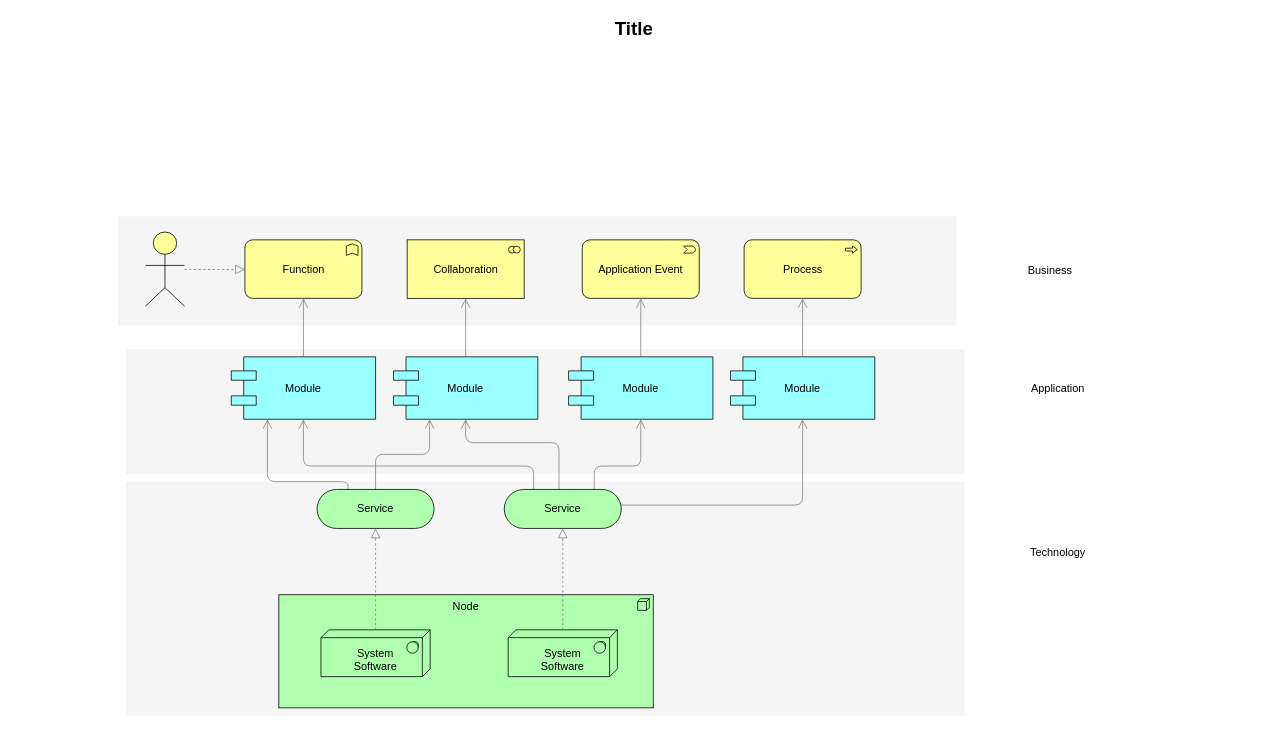
This is md/FBP Triangle Priority Diagram.drawio from dclose84/Training, a draw.io file, before an edit. Source tidied: cells renumbered, new cells numbered last; positions are measured from the earlier drawing's top-left corner, leaving out a move shared by most shapes. Both pictures are drawn from the tidied source at 78%, with x=0, y=0 at pixel (13, 13).
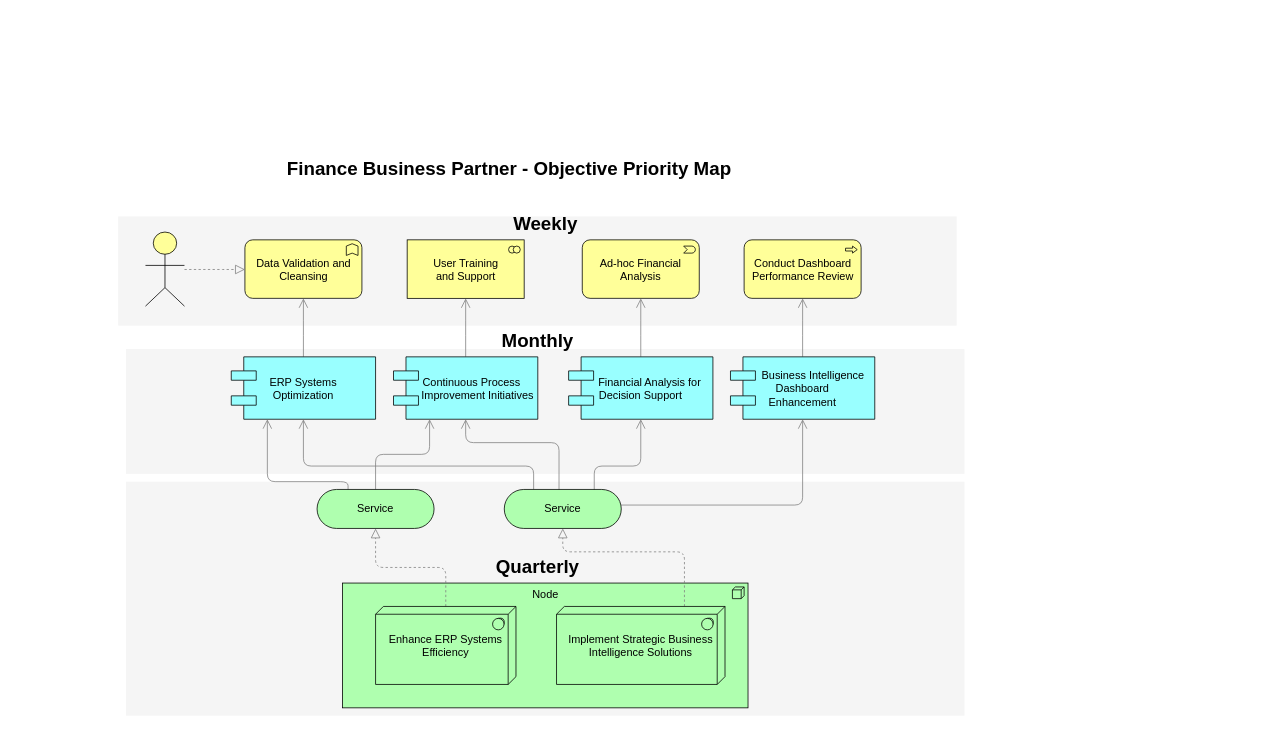
After the change.

The change refers to these unchanged cells:
```xml
<mxCell id="17" value="Service" style="html=1;whiteSpace=wrap;fillColor=#AFFFAF;shape=mxgraph.archimate3.service;fontSize=14;" parent="1" vertex="1">
  <mxGeometry x="629" y="610" width="150" height="50" as="geometry" />
</mxCell>
```

Diff of the diagram source:
```diff
@@
     <mxCell id="5" value="Node" style="html=1;whiteSpace=wrap;fillColor=#AFFFAF;shape=mxgraph.archimate3.application;appType=node;archiType=square;fontSize=14;verticalAlign=top;" parent="1" vertex="1">
-      <mxGeometry x="340" y="745" width="480" height="145" as="geometry" />
+      <mxGeometry x="421.5" y="730" width="520" height="160" as="geometry" />
     </mxCell>
@@
-    <mxCell id="7" value="&lt;div&gt;&lt;br&gt;&lt;/div&gt;System&lt;div&gt;Software&lt;/div&gt;" style="html=1;whiteSpace=wrap;fillColor=#AFFFAF;shape=mxgraph.archimate3.tech;techType=sysSw;fontSize=14;" parent="1" vertex="1">
-      <mxGeometry x="394" y="790" width="140" height="60" as="geometry" />
+    <mxCell id="7" value="&lt;div&gt;Enhance ERP Systems Efficiency&lt;/div&gt;" style="html=1;whiteSpace=wrap;fillColor=#AFFFAF;shape=mxgraph.archimate3.tech;techType=sysSw;fontSize=14;" parent="1" vertex="1">
+      <mxGeometry x="464" y="760" width="180" height="100" as="geometry" />
     </mxCell>
     <mxCell id="8" style="edgeStyle=elbowEdgeStyle;rounded=1;elbow=vertical;html=1;startSize=10;endArrow=block;endFill=0;endSize=10;jettySize=auto;strokeColor=#808080;fontSize=14;dashed=1;" parent="1" edge="1" source="9" target="17">
-      <mxGeometry relative="1" as="geometry" />
+      <mxGeometry relative="1" as="geometry">
+        <Array as="points">
+          <mxPoint x="860" y="690" />
+        </Array>
+      </mxGeometry>
     </mxCell>
-    <mxCell id="9" value="&lt;div&gt;&lt;br&gt;&lt;/div&gt;&lt;div&gt;&lt;span&gt;System&lt;/span&gt;&lt;div&gt;Software&lt;/div&gt;&lt;/div&gt;" style="html=1;whiteSpace=wrap;fillColor=#AFFFAF;shape=mxgraph.archimate3.tech;techType=sysSw;fontSize=14;" parent="1" vertex="1">
-      <mxGeometry x="634" y="790" width="140" height="60" as="geometry" />
+    <mxCell id="9" value="&lt;div&gt;Implement Strategic Business Intelligence Solutions&lt;/div&gt;" style="html=1;whiteSpace=wrap;fillColor=#AFFFAF;shape=mxgraph.archimate3.tech;techType=sysSw;fontSize=14;" parent="1" vertex="1">
+      <mxGeometry x="696" y="760" width="216" height="100" as="geometry" />
     </mxCell>
@@
-    <mxCell id="19" value="Module" style="shape=component;align=center;fillColor=#99ffff;gradientColor=none;fontSize=14;" parent="1" vertex="1">
+    <mxCell id="19" value="ERP Systems&#10;Optimization" style="shape=component;align=center;fillColor=#99ffff;gradientColor=none;fontSize=14;" parent="1" vertex="1">
       <mxGeometry x="279" y="440" width="185" height="80" as="geometry" />
     </mxCell>
@@
-    <mxCell id="21" value="Module" style="shape=component;align=center;fillColor=#99ffff;gradientColor=none;fontSize=14;" parent="1" vertex="1">
+    <mxCell id="21" value="    Continuous Process&#10;        Improvement Initiatives" style="shape=component;align=center;fillColor=#99ffff;gradientColor=none;fontSize=14;" parent="1" vertex="1">
       <mxGeometry x="487" y="440" width="185" height="80" as="geometry" />
     </mxCell>
@@
-    <mxCell id="23" value="Module" style="shape=component;align=center;fillColor=#99ffff;gradientColor=none;fontSize=14;" parent="1" vertex="1">
+    <mxCell id="23" value="      Financial Analysis for&#10;Decision Support" style="shape=component;align=center;fillColor=#99ffff;gradientColor=none;fontSize=14;" parent="1" vertex="1">
       <mxGeometry x="711.5" y="440" width="185" height="80" as="geometry" />
     </mxCell>
@@
-    <mxCell id="25" value="Module" style="shape=component;align=center;fillColor=#99ffff;gradientColor=none;fontSize=14;" parent="1" vertex="1">
+    <mxCell id="25" value="       Business Intelligence&#10;Dashboard &#10;Enhancement" style="shape=component;align=center;fillColor=#99ffff;gradientColor=none;fontSize=14;" parent="1" vertex="1">
       <mxGeometry x="919" y="440" width="185" height="80" as="geometry" />
     </mxCell>
-    <mxCell id="26" value="Function" style="html=1;whiteSpace=wrap;fillColor=#ffff99;shape=mxgraph.archimate3.application;appType=func;archiType=rounded;fontSize=14;" parent="1" vertex="1">
+    <mxCell id="26" value="Data Validation and&lt;br&gt;Cleansing" style="html=1;whiteSpace=wrap;fillColor=#ffff99;shape=mxgraph.archimate3.application;appType=func;archiType=rounded;fontSize=14;" parent="1" vertex="1">
       <mxGeometry x="296.5" y="290" width="150" height="75" as="geometry" />
     </mxCell>
-    <mxCell id="27" value="Collaboration" style="html=1;whiteSpace=wrap;fillColor=#ffff99;shape=mxgraph.archimate3.application;appType=collab;archiType=square;fontSize=14;" parent="1" vertex="1">
+    <mxCell id="27" value="User Training&lt;br&gt;and Support" style="html=1;whiteSpace=wrap;fillColor=#ffff99;shape=mxgraph.archimate3.application;appType=collab;archiType=square;fontSize=14;" parent="1" vertex="1">
       <mxGeometry x="504.5" y="290" width="150" height="75" as="geometry" />
     </mxCell>
-    <mxCell id="28" value="Application Event" style="html=1;whiteSpace=wrap;fillColor=#ffff99;shape=mxgraph.archimate3.application;appType=event;archiType=rounded;fontSize=14;" parent="1" vertex="1">
+    <mxCell id="28" value="Ad-hoc Financial&lt;br&gt;Analysis" style="html=1;whiteSpace=wrap;fillColor=#ffff99;shape=mxgraph.archimate3.application;appType=event;archiType=rounded;fontSize=14;" parent="1" vertex="1">
       <mxGeometry x="729" y="290" width="150" height="75" as="geometry" />
     </mxCell>
-    <mxCell id="29" value="Process" style="html=1;whiteSpace=wrap;fillColor=#ffff99;shape=mxgraph.archimate3.application;appType=proc;archiType=rounded;fontSize=14;" parent="1" vertex="1">
+    <mxCell id="29" value="&lt;div&gt;Conduct Dashboard Performance Review&lt;/div&gt;" style="html=1;whiteSpace=wrap;fillColor=#ffff99;shape=mxgraph.archimate3.application;appType=proc;archiType=rounded;fontSize=14;" parent="1" vertex="1">
       <mxGeometry x="936.5" y="290" width="150" height="75" as="geometry" />
     </mxCell>
-    <mxCell id="30" value="Technology" style="text;html=1;strokeColor=none;fillColor=none;align=center;verticalAlign=middle;whiteSpace=wrap;fontSize=14;" parent="1" vertex="1">
-      <mxGeometry x="1219" y="681" width="240" height="20" as="geometry" />
+    <mxCell id="30" value="&lt;b&gt;&lt;font style=&quot;font-size: 24px;&quot;&gt;Quarterly&lt;/font&gt;&lt;/b&gt;" style="text;html=1;strokeColor=none;fillColor=none;align=center;verticalAlign=middle;whiteSpace=wrap;fontSize=14;" parent="1" vertex="1">
+      <mxGeometry x="551.5" y="700" width="240" height="20" as="geometry" />
     </mxCell>
-    <mxCell id="31" value="Application" style="text;html=1;strokeColor=none;fillColor=none;align=center;verticalAlign=middle;whiteSpace=wrap;fontSize=14;" parent="1" vertex="1">
-      <mxGeometry x="1219" y="471" width="240" height="20" as="geometry" />
+    <mxCell id="31" value="&lt;b&gt;&lt;font style=&quot;font-size: 24px;&quot;&gt;Monthly&lt;/font&gt;&lt;/b&gt;" style="text;html=1;strokeColor=none;fillColor=none;align=center;verticalAlign=middle;whiteSpace=wrap;fontSize=14;" parent="1" vertex="1">
+      <mxGeometry x="551.5" y="410" width="240" height="20" as="geometry" />
     </mxCell>
-    <mxCell id="32" value="Business" style="text;html=1;strokeColor=none;fillColor=none;align=center;verticalAlign=middle;whiteSpace=wrap;fontSize=14;" parent="1" vertex="1">
-      <mxGeometry x="1209" y="319" width="240" height="20" as="geometry" />
+    <mxCell id="32" value="&lt;font style=&quot;font-size: 24px;&quot;&gt;Weekly&lt;/font&gt;" style="text;html=1;strokeColor=none;fillColor=none;align=center;verticalAlign=middle;whiteSpace=wrap;fontSize=14;fontStyle=1;" parent="1" vertex="1">
+      <mxGeometry x="561.5" y="260" width="240" height="20" as="geometry" />
     </mxCell>
@@
-    <mxCell id="35" value="Title" style="text;strokeColor=none;fillColor=none;html=1;fontSize=24;fontStyle=1;verticalAlign=middle;align=center;" parent="1" vertex="1">
-      <mxGeometry width="1590" height="40" as="geometry" />
+    <mxCell id="35" value="Finance Business Partner - Objective Priority Map" style="text;strokeColor=none;fillColor=none;html=1;fontSize=24;fontStyle=1;verticalAlign=middle;align=center;" parent="1" vertex="1">
+      <mxGeometry x="150" y="180" width="970" height="40" as="geometry" />
     </mxCell>
```
